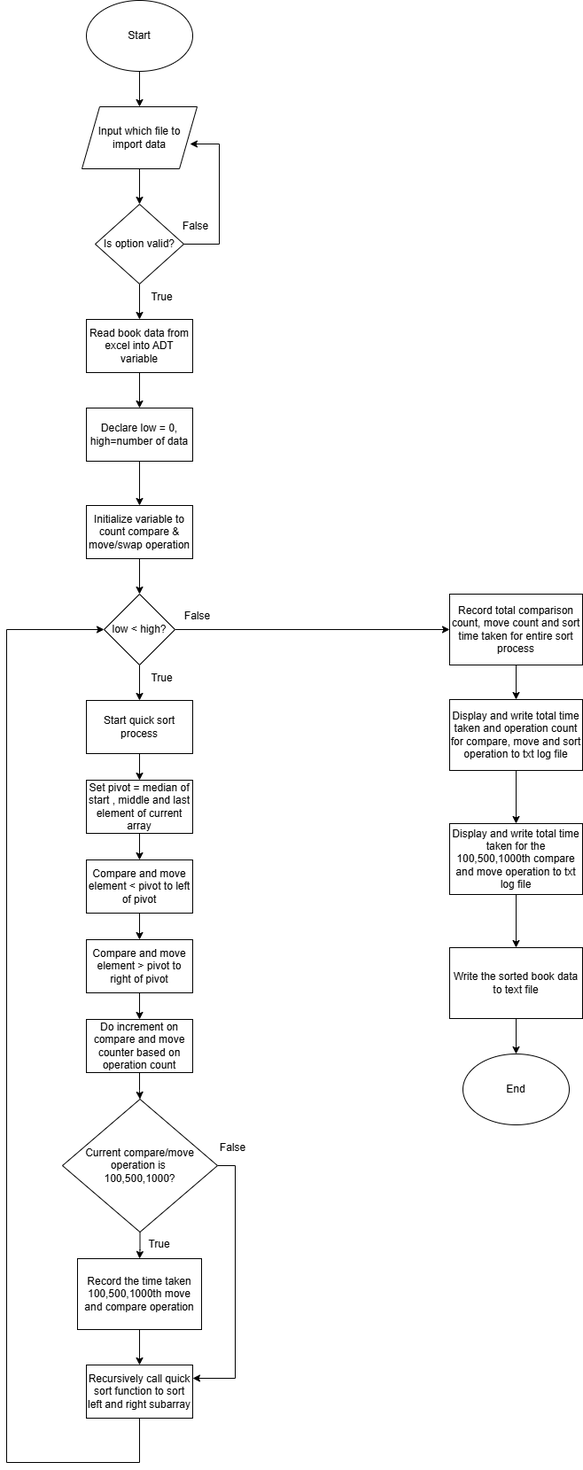
The draw.io diagram flowchart/Q1 flowchart.drawio.png in ylikzeh/DataStructureAsm1, before a commit. Source tidied: cells renumbered, new cells last; positions are measured from the earlier drawing's top-left corner, leaving out a move shared by most shapes. The source it was exported from:
```xml
<mxGraphModel>
  <root>
    <mxCell id="0" />
    <mxCell id="1" parent="0" />
    <mxCell id="2" style="edgeStyle=orthogonalEdgeStyle;rounded=0;jettySize=auto;html=1;" parent="1" edge="1" source="3" target="5">
      <mxGeometry relative="1" as="geometry" />
    </mxCell>
    <mxCell id="3" value="Start" style="ellipse;whiteSpace=wrap;html=1;" parent="1" vertex="1">
      <mxGeometry x="90" width="120" height="80" as="geometry" />
    </mxCell>
    <mxCell id="4" style="edgeStyle=orthogonalEdgeStyle;rounded=0;jettySize=auto;html=1;" parent="1" edge="1" source="5" target="7">
      <mxGeometry relative="1" as="geometry" />
    </mxCell>
    <mxCell id="5" value="Input which file to import data" style="shape=parallelogram;perimeter=parallelogramPerimeter;whiteSpace=wrap;html=1;fixedSize=1;" parent="1" vertex="1">
      <mxGeometry x="85" y="120" width="130" height="70" as="geometry" />
    </mxCell>
    <mxCell id="6" style="edgeStyle=orthogonalEdgeStyle;rounded=0;jettySize=auto;html=1;" parent="1" edge="1" source="7" target="10">
      <mxGeometry relative="1" as="geometry" />
    </mxCell>
    <mxCell id="7" value="Is option valid?" style="rhombus;whiteSpace=wrap;html=1;" parent="1" vertex="1">
      <mxGeometry x="100" y="230" width="100" height="90" as="geometry" />
    </mxCell>
    <mxCell id="8" style="endArrow=classic;html=1;rounded=0;exitX=1;exitY=0.5;exitDx=0;exitDy=0;entryX=0.938;entryY=0.6;entryDx=0;entryDy=0;entryPerimeter=0;edgeStyle=orthogonalEdgeStyle;" parent="1" edge="1" source="7" target="5">
      <mxGeometry relative="1" as="geometry">
        <Array as="points">
          <mxPoint x="240" y="275" />
          <mxPoint x="240" y="162" />
        </Array>
      </mxGeometry>
    </mxCell>
    <mxCell id="9" style="edgeStyle=orthogonalEdgeStyle;rounded=0;jettySize=auto;html=1;" parent="1" edge="1" source="10" target="12">
      <mxGeometry relative="1" as="geometry" />
    </mxCell>
    <mxCell id="10" value="Read book data from excel into ADT variable" style="rounded=0;whiteSpace=wrap;html=1;" parent="1" vertex="1">
      <mxGeometry x="90" y="360" width="120" height="60" as="geometry" />
    </mxCell>
    <mxCell id="11" style="edgeStyle=orthogonalEdgeStyle;rounded=0;jettySize=auto;html=1;" parent="1" edge="1" source="12" target="14">
      <mxGeometry relative="1" as="geometry" />
    </mxCell>
    <mxCell id="12" value="Declare low = 0,&lt;div&gt;high=number of data&lt;/div&gt;" style="rounded=0;whiteSpace=wrap;html=1;" parent="1" vertex="1">
      <mxGeometry x="90" y="460" width="120" height="60" as="geometry" />
    </mxCell>
    <mxCell id="13" style="edgeStyle=orthogonalEdgeStyle;rounded=0;jettySize=auto;html=1;" parent="1" edge="1" source="14" target="17">
      <mxGeometry relative="1" as="geometry" />
    </mxCell>
    <mxCell id="14" value="Initialize variable to count compare &amp;amp; move/swap operation" style="rounded=0;whiteSpace=wrap;html=1;" parent="1" vertex="1">
      <mxGeometry x="90" y="570" width="120" height="60" as="geometry" />
    </mxCell>
    <mxCell id="15" style="edgeStyle=orthogonalEdgeStyle;rounded=0;jettySize=auto;html=1;" parent="1" edge="1" source="17" target="19">
      <mxGeometry relative="1" as="geometry" />
    </mxCell>
    <mxCell id="16" style="edgeStyle=orthogonalEdgeStyle;rounded=0;jettySize=auto;html=1;" parent="1" edge="1" source="17" target="36">
      <mxGeometry relative="1" as="geometry" />
    </mxCell>
    <mxCell id="17" value="low &amp;lt; high?" style="rhombus;whiteSpace=wrap;html=1;" parent="1" vertex="1">
      <mxGeometry x="110" y="670" width="80" height="80" as="geometry" />
    </mxCell>
    <mxCell id="18" style="edgeStyle=orthogonalEdgeStyle;rounded=0;jettySize=auto;html=1;" parent="1" edge="1" source="19" target="21">
      <mxGeometry relative="1" as="geometry" />
    </mxCell>
    <mxCell id="19" value="Start quick sort process" style="rounded=0;whiteSpace=wrap;html=1;" parent="1" vertex="1">
      <mxGeometry x="90" y="790" width="120" height="60" as="geometry" />
    </mxCell>
    <mxCell id="20" style="edgeStyle=orthogonalEdgeStyle;rounded=0;jettySize=auto;html=1;" parent="1" edge="1" source="21" target="23">
      <mxGeometry relative="1" as="geometry" />
    </mxCell>
    <mxCell id="21" value="Set pivot = median of start , middle and last element of current array" style="rounded=0;whiteSpace=wrap;html=1;" parent="1" vertex="1">
      <mxGeometry x="90" y="880" width="120" height="60" as="geometry" />
    </mxCell>
    <mxCell id="22" style="edgeStyle=orthogonalEdgeStyle;rounded=0;jettySize=auto;html=1;" parent="1" edge="1" source="23" target="25">
      <mxGeometry relative="1" as="geometry" />
    </mxCell>
    <mxCell id="23" value="Compare and move element &amp;lt; pivot to left of pivot" style="rounded=0;whiteSpace=wrap;html=1;" parent="1" vertex="1">
      <mxGeometry x="90" y="970" width="120" height="60" as="geometry" />
    </mxCell>
    <mxCell id="24" style="edgeStyle=orthogonalEdgeStyle;rounded=0;jettySize=auto;html=1;" parent="1" edge="1" source="25" target="27">
      <mxGeometry relative="1" as="geometry" />
    </mxCell>
    <mxCell id="25" value="Compare and move element &amp;gt; pivot to right of pivot" style="rounded=0;whiteSpace=wrap;html=1;" parent="1" vertex="1">
      <mxGeometry x="90" y="1060" width="120" height="60" as="geometry" />
    </mxCell>
    <mxCell id="26" style="edgeStyle=orthogonalEdgeStyle;rounded=0;jettySize=auto;html=1;" parent="1" edge="1" source="27" target="30">
      <mxGeometry relative="1" as="geometry" />
    </mxCell>
    <mxCell id="27" value="Do increment on compare and move counter based on operation count" style="rounded=0;whiteSpace=wrap;html=1;" parent="1" vertex="1">
      <mxGeometry x="90" y="1150" width="120" height="60" as="geometry" />
    </mxCell>
    <mxCell id="28" style="edgeStyle=orthogonalEdgeStyle;rounded=0;jettySize=auto;html=1;" parent="1" edge="1" source="30" target="33">
      <mxGeometry relative="1" as="geometry" />
    </mxCell>
    <mxCell id="29" style="edgeStyle=orthogonalEdgeStyle;rounded=0;jettySize=auto;html=1;entryX=1;entryY=0.25;entryDx=0;entryDy=0;exitX=1;exitY=0.5;exitDx=0;exitDy=0;" parent="1" edge="1" source="30" target="34">
      <mxGeometry relative="1" as="geometry" />
    </mxCell>
    <mxCell id="30" value="Current compare/move operation is&amp;nbsp;&lt;div&gt;100,500,1000?&lt;/div&gt;" style="rhombus;whiteSpace=wrap;html=1;" parent="1" vertex="1">
      <mxGeometry x="63" y="1240" width="175" height="150" as="geometry" />
    </mxCell>
    <mxCell id="31" style="edgeStyle=orthogonalEdgeStyle;rounded=0;jettySize=auto;html=1;" parent="1" edge="1" source="33" target="34">
      <mxGeometry relative="1" as="geometry" />
    </mxCell>
    <mxCell id="32" style="edgeStyle=orthogonalEdgeStyle;rounded=0;jettySize=auto;html=1;entryX=0;entryY=0.5;entryDx=0;entryDy=0;exitX=0.5;exitY=1;exitDx=0;exitDy=0;" parent="1" edge="1" source="34" target="17">
      <mxGeometry relative="1" as="geometry">
        <Array as="points">
          <mxPoint x="150" y="1650" />
          <mxPoint y="1650" />
          <mxPoint y="710" />
        </Array>
      </mxGeometry>
    </mxCell>
    <mxCell id="33" value="Record the time taken 100,500,1000th move and compare operation" style="rounded=0;whiteSpace=wrap;html=1;" parent="1" vertex="1">
      <mxGeometry x="80" y="1420" width="140" height="80" as="geometry" />
    </mxCell>
    <mxCell id="34" value="Recursively call quick sort function to sort left and right subarray" style="rounded=0;whiteSpace=wrap;html=1;" parent="1" vertex="1">
      <mxGeometry x="90" y="1540" width="120" height="60" as="geometry" />
    </mxCell>
    <mxCell id="35" style="edgeStyle=orthogonalEdgeStyle;rounded=0;jettySize=auto;html=1;" parent="1" edge="1" source="36" target="38">
      <mxGeometry relative="1" as="geometry" />
    </mxCell>
    <mxCell id="36" value="Record total comparison count, move count and sort time taken for entire sort process" style="rounded=0;whiteSpace=wrap;html=1;" parent="1" vertex="1">
      <mxGeometry x="500" y="670" width="150" height="80" as="geometry" />
    </mxCell>
    <mxCell id="37" style="edgeStyle=orthogonalEdgeStyle;rounded=0;jettySize=auto;html=1;" parent="1" edge="1" source="38" target="40">
      <mxGeometry relative="1" as="geometry" />
    </mxCell>
    <mxCell id="38" value="Display and write total time taken and operation count for compare, move and sort operation to txt log file" style="rounded=0;whiteSpace=wrap;html=1;" parent="1" vertex="1">
      <mxGeometry x="500" y="789" width="150" height="80" as="geometry" />
    </mxCell>
    <mxCell id="39" style="edgeStyle=orthogonalEdgeStyle;rounded=0;jettySize=auto;html=1;" parent="1" edge="1" source="40" target="42">
      <mxGeometry relative="1" as="geometry" />
    </mxCell>
    <mxCell id="40" value="Display and write total time taken for the 100,500,1000th compare and move operation to txt log file" style="rounded=0;whiteSpace=wrap;html=1;" parent="1" vertex="1">
      <mxGeometry x="500" y="929" width="150" height="80" as="geometry" />
    </mxCell>
    <mxCell id="41" style="edgeStyle=orthogonalEdgeStyle;rounded=0;jettySize=auto;html=1;" parent="1" edge="1" source="42" target="43">
      <mxGeometry relative="1" as="geometry" />
    </mxCell>
    <mxCell id="42" value="Write the sorted book data to text file" style="rounded=0;whiteSpace=wrap;html=1;" parent="1" vertex="1">
      <mxGeometry x="500" y="1069" width="150" height="80" as="geometry" />
    </mxCell>
    <mxCell id="43" value="End" style="ellipse;whiteSpace=wrap;html=1;" parent="1" vertex="1">
      <mxGeometry x="515" y="1189" width="120" height="80" as="geometry" />
    </mxCell>
    <mxCell id="44" value="False" style="text;html=1;align=center;verticalAlign=middle;strokeColor=none;fillColor=none;" parent="1" vertex="1">
      <mxGeometry x="190" y="680" width="50" height="30" as="geometry" />
    </mxCell>
    <mxCell id="45" value="True" style="text;html=1;align=center;verticalAlign=middle;strokeColor=none;fillColor=none;" parent="1" vertex="1">
      <mxGeometry x="150" y="750" width="50" height="30" as="geometry" />
    </mxCell>
    <mxCell id="46" value="True" style="text;html=1;align=center;verticalAlign=middle;strokeColor=none;fillColor=none;" parent="1" vertex="1">
      <mxGeometry x="147" y="1389" width="50" height="30" as="geometry" />
    </mxCell>
    <mxCell id="47" value="False" style="text;html=1;align=center;verticalAlign=middle;strokeColor=none;fillColor=none;" parent="1" vertex="1">
      <mxGeometry x="230" y="1280" width="50" height="30" as="geometry" />
    </mxCell>
    <mxCell id="48" value="False" style="text;html=1;align=center;verticalAlign=middle;strokeColor=none;fillColor=none;" parent="1" vertex="1">
      <mxGeometry x="188" y="240" width="50" height="30" as="geometry" />
    </mxCell>
    <mxCell id="49" value="True" style="text;html=1;align=center;verticalAlign=middle;strokeColor=none;fillColor=none;" parent="1" vertex="1">
      <mxGeometry x="150" y="320" width="50" height="30" as="geometry" />
    </mxCell>
  </root>
</mxGraphModel>
```
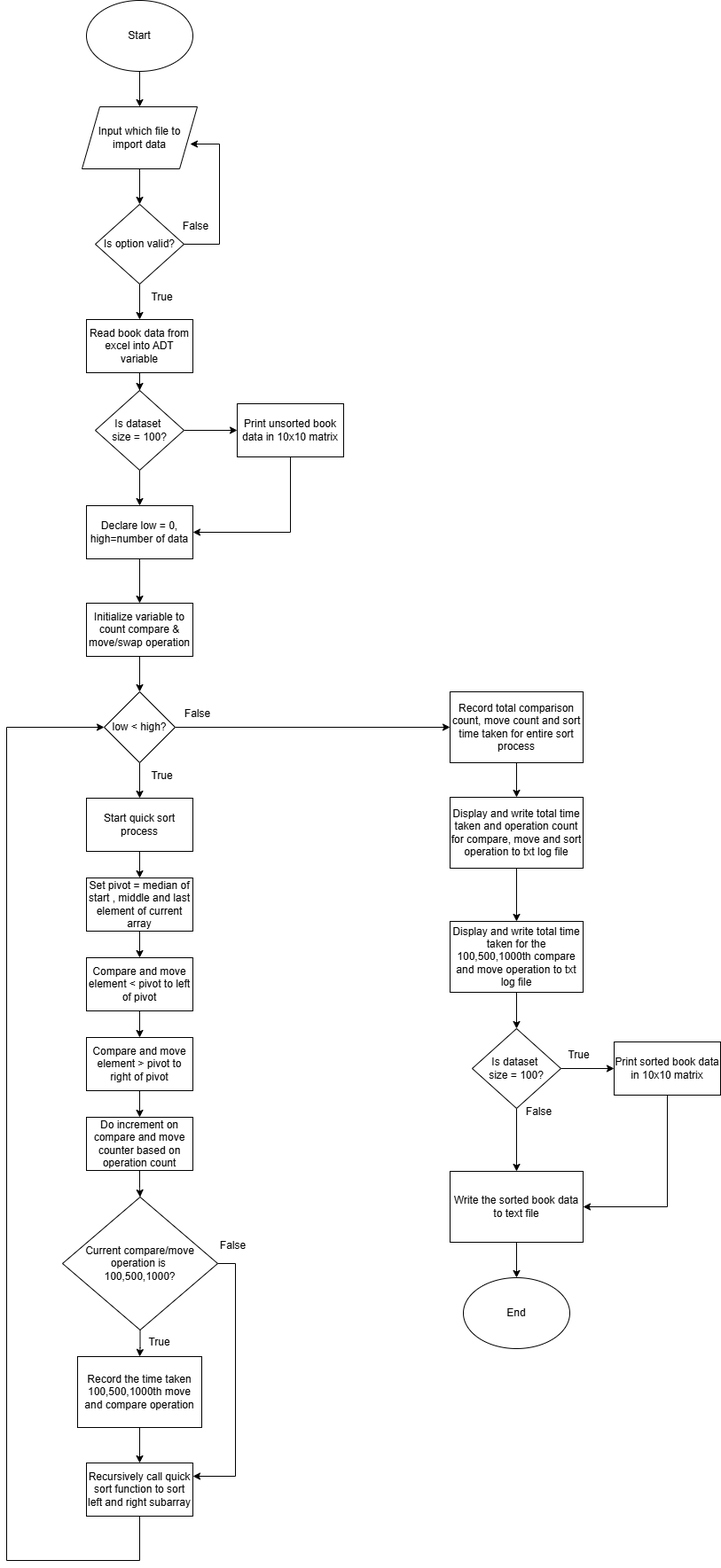
Later version of the same file.

Change to the diagram source:
```diff
@@ -6,33 +6,33 @@
       <mxGeometry relative="1" as="geometry" />
     </mxCell>
     <mxCell id="3" value="Start" style="ellipse;whiteSpace=wrap;html=1;" parent="1" vertex="1">
-      <mxGeometry x="90" width="120" height="80" as="geometry" />
+      <mxGeometry x="90" y="-110" width="120" height="80" as="geometry" />
     </mxCell>
     <mxCell id="4" style="edgeStyle=orthogonalEdgeStyle;rounded=0;jettySize=auto;html=1;" parent="1" edge="1" source="5" target="7">
       <mxGeometry relative="1" as="geometry" />
     </mxCell>
     <mxCell id="5" value="Input which file to import data" style="shape=parallelogram;perimeter=parallelogramPerimeter;whiteSpace=wrap;html=1;fixedSize=1;" parent="1" vertex="1">
-      <mxGeometry x="85" y="120" width="130" height="70" as="geometry" />
+      <mxGeometry x="85" y="10" width="130" height="70" as="geometry" />
     </mxCell>
     <mxCell id="6" style="edgeStyle=orthogonalEdgeStyle;rounded=0;jettySize=auto;html=1;" parent="1" edge="1" source="7" target="10">
       <mxGeometry relative="1" as="geometry" />
     </mxCell>
     <mxCell id="7" value="Is option valid?" style="rhombus;whiteSpace=wrap;html=1;" parent="1" vertex="1">
-      <mxGeometry x="100" y="230" width="100" height="90" as="geometry" />
+      <mxGeometry x="100" y="120" width="100" height="90" as="geometry" />
     </mxCell>
     <mxCell id="8" style="endArrow=classic;html=1;rounded=0;exitX=1;exitY=0.5;exitDx=0;exitDy=0;entryX=0.938;entryY=0.6;entryDx=0;entryDy=0;entryPerimeter=0;edgeStyle=orthogonalEdgeStyle;" parent="1" edge="1" source="7" target="5">
       <mxGeometry relative="1" as="geometry">
         <Array as="points">
-          <mxPoint x="240" y="275" />
-          <mxPoint x="240" y="162" />
+          <mxPoint x="240" y="165" />
+          <mxPoint x="240" y="52" />
         </Array>
       </mxGeometry>
     </mxCell>
-    <mxCell id="9" style="edgeStyle=orthogonalEdgeStyle;rounded=0;jettySize=auto;html=1;" parent="1" edge="1" source="10" target="12">
-      <mxGeometry relative="1" as="geometry" />
-    </mxCell>
+    <mxCell id="50" style="edgeStyle=orthogonalEdgeStyle;rounded=0;jettySize=auto;html=1;" parent="1" edge="1" source="10" target="54">
+      <mxGeometry relative="1" as="geometry" />
+    </mxCell>
     <mxCell id="10" value="Read book data from excel into ADT variable" style="rounded=0;whiteSpace=wrap;html=1;" parent="1" vertex="1">
-      <mxGeometry x="90" y="360" width="120" height="60" as="geometry" />
+      <mxGeometry x="90" y="250" width="120" height="60" as="geometry" />
     </mxCell>
     <mxCell id="11" style="edgeStyle=orthogonalEdgeStyle;rounded=0;jettySize=auto;html=1;" parent="1" edge="1" source="12" target="14">
       <mxGeometry relative="1" as="geometry" />
@@ -124,9 +124,9 @@
     <mxCell id="38" value="Display and write total time taken and operation count for compare, move and sort operation to txt log file" style="rounded=0;whiteSpace=wrap;html=1;" parent="1" vertex="1">
       <mxGeometry x="500" y="789" width="150" height="80" as="geometry" />
     </mxCell>
-    <mxCell id="39" style="edgeStyle=orthogonalEdgeStyle;rounded=0;jettySize=auto;html=1;" parent="1" edge="1" source="40" target="42">
-      <mxGeometry relative="1" as="geometry" />
-    </mxCell>
+    <mxCell id="51" style="edgeStyle=orthogonalEdgeStyle;rounded=0;jettySize=auto;html=1;" parent="1" edge="1" source="40" target="59">
+      <mxGeometry relative="1" as="geometry" />
+    </mxCell>
     <mxCell id="40" value="Display and write total time taken for the 100,500,1000th compare and move operation to txt log file" style="rounded=0;whiteSpace=wrap;html=1;" parent="1" vertex="1">
       <mxGeometry x="500" y="929" width="150" height="80" as="geometry" />
     </mxCell>
@@ -134,10 +134,10 @@
       <mxGeometry relative="1" as="geometry" />
     </mxCell>
     <mxCell id="42" value="Write the sorted book data to text file" style="rounded=0;whiteSpace=wrap;html=1;" parent="1" vertex="1">
-      <mxGeometry x="500" y="1069" width="150" height="80" as="geometry" />
+      <mxGeometry x="500" y="1211" width="150" height="80" as="geometry" />
     </mxCell>
     <mxCell id="43" value="End" style="ellipse;whiteSpace=wrap;html=1;" parent="1" vertex="1">
-      <mxGeometry x="515" y="1189" width="120" height="80" as="geometry" />
+      <mxGeometry x="515" y="1331" width="120" height="80" as="geometry" />
     </mxCell>
     <mxCell id="44" value="False" style="text;html=1;align=center;verticalAlign=middle;strokeColor=none;fillColor=none;" parent="1" vertex="1">
       <mxGeometry x="190" y="680" width="50" height="30" as="geometry" />
@@ -152,10 +152,50 @@
       <mxGeometry x="230" y="1280" width="50" height="30" as="geometry" />
     </mxCell>
     <mxCell id="48" value="False" style="text;html=1;align=center;verticalAlign=middle;strokeColor=none;fillColor=none;" parent="1" vertex="1">
-      <mxGeometry x="188" y="240" width="50" height="30" as="geometry" />
+      <mxGeometry x="188" y="130" width="50" height="30" as="geometry" />
     </mxCell>
     <mxCell id="49" value="True" style="text;html=1;align=center;verticalAlign=middle;strokeColor=none;fillColor=none;" parent="1" vertex="1">
-      <mxGeometry x="150" y="320" width="50" height="30" as="geometry" />
+      <mxGeometry x="150" y="210" width="50" height="30" as="geometry" />
     </mxCell>
+    <mxCell id="52" style="edgeStyle=orthogonalEdgeStyle;rounded=0;jettySize=auto;html=1;" parent="1" edge="1" source="54" target="12">
+      <mxGeometry relative="1" as="geometry" />
+    </mxCell>
+    <mxCell id="53" style="edgeStyle=orthogonalEdgeStyle;rounded=0;jettySize=auto;html=1;" parent="1" edge="1" source="54" target="56">
+      <mxGeometry relative="1" as="geometry" />
+    </mxCell>
+    <mxCell id="54" value="Is dataset&amp;nbsp;&lt;div&gt;size = 100?&lt;/div&gt;" style="rhombus;whiteSpace=wrap;html=1;" parent="1" vertex="1">
+      <mxGeometry x="100" y="330" width="100" height="90" as="geometry" />
+    </mxCell>
+    <mxCell id="55" style="edgeStyle=orthogonalEdgeStyle;rounded=0;jettySize=auto;html=1;entryX=1;entryY=0.5;entryDx=0;entryDy=0;exitX=0.5;exitY=1;exitDx=0;exitDy=0;" parent="1" edge="1" source="56" target="12">
+      <mxGeometry relative="1" as="geometry" />
+    </mxCell>
+    <mxCell id="56" value="Print unsorted book data in 10x10 matrix" style="rounded=0;whiteSpace=wrap;html=1;" parent="1" vertex="1">
+      <mxGeometry x="260" y="345" width="120" height="60" as="geometry" />
+    </mxCell>
+    <mxCell id="57" style="edgeStyle=orthogonalEdgeStyle;rounded=0;jettySize=auto;html=1;entryX=0.5;entryY=0;entryDx=0;entryDy=0;" parent="1" edge="1" source="59" target="42">
+      <mxGeometry relative="1" as="geometry" />
+    </mxCell>
+    <mxCell id="58" style="edgeStyle=orthogonalEdgeStyle;rounded=0;jettySize=auto;html=1;" parent="1" edge="1" source="59" target="61">
+      <mxGeometry relative="1" as="geometry" />
+    </mxCell>
+    <mxCell id="59" value="Is dataset&amp;nbsp;&lt;div&gt;size = 100?&lt;/div&gt;" style="rhombus;whiteSpace=wrap;html=1;" parent="1" vertex="1">
+      <mxGeometry x="525" y="1050" width="100" height="90" as="geometry" />
+    </mxCell>
+    <mxCell id="60" style="edgeStyle=orthogonalEdgeStyle;rounded=0;jettySize=auto;html=1;exitX=0.5;exitY=1;exitDx=0;exitDy=0;entryX=1;entryY=0.5;entryDx=0;entryDy=0;" parent="1" edge="1" source="61" target="42">
+      <mxGeometry relative="1" as="geometry">
+        <Array as="points">
+          <mxPoint x="745" y="1251" />
+        </Array>
+      </mxGeometry>
+    </mxCell>
+    <mxCell id="61" value="Print sorted book data in 10x10 matrix" style="rounded=0;whiteSpace=wrap;html=1;" parent="1" vertex="1">
+      <mxGeometry x="685" y="1065" width="120" height="60" as="geometry" />
+    </mxCell>
+    <mxCell id="62" value="False" style="text;html=1;align=center;verticalAlign=middle;strokeColor=none;fillColor=none;" parent="1" vertex="1">
+      <mxGeometry x="575" y="1129" width="50" height="30" as="geometry" />
+    </mxCell>
+    <mxCell id="63" value="True" style="text;html=1;align=center;verticalAlign=middle;strokeColor=none;fillColor=none;" parent="1" vertex="1">
+      <mxGeometry x="620" y="1065" width="50" height="30" as="geometry" />
+    </mxCell>
   </root>
 </mxGraphModel>
```
